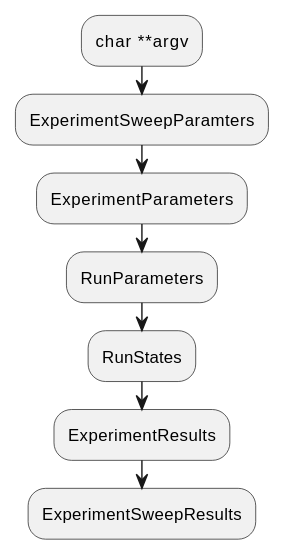
The PlantUML diagram thesis/assets/diagrams/cpp_dataflow.svg in hamrik/fatint-thesis, before a commit.
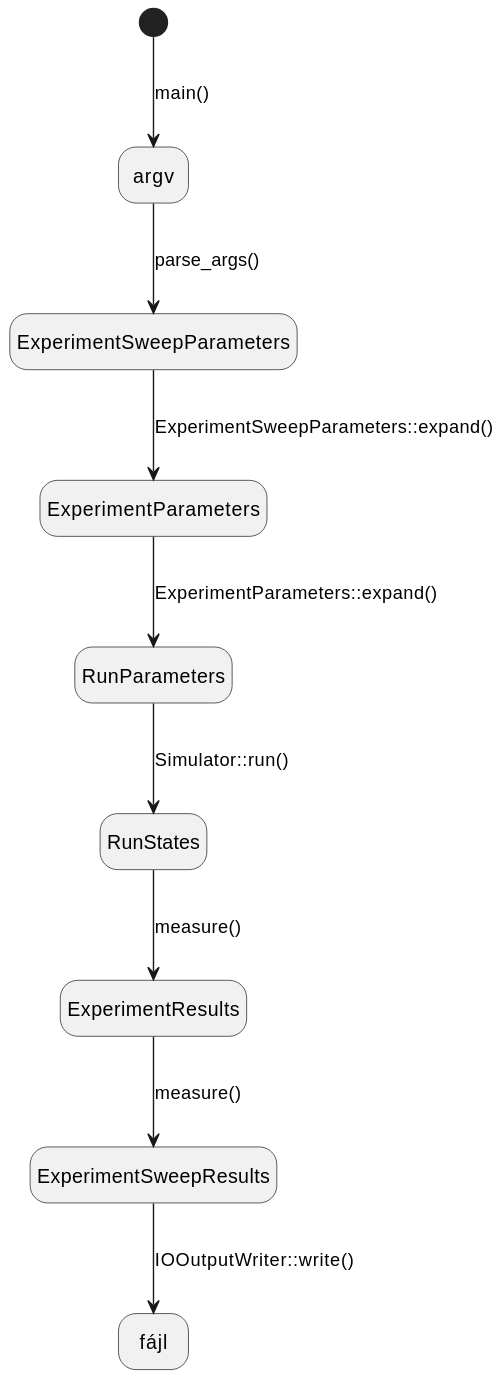
Later version of the same file.

What changed in the source:
```diff
@@ -1,9 +1,12 @@
 @startuml
-:char **argv;
-:ExperimentSweepParamters;
-:ExperimentParameters;
-:RunParameters;
-:RunStates;
-:ExperimentResults;
-:ExperimentSweepResults;
+hide empty description
+
+[*] --> argv : main()
+argv --> ExperimentSweepParameters : parse_args()
+ExperimentSweepParameters --> ExperimentParameters : ExperimentSweepParameters::expand()
+ExperimentParameters --> RunParameters : ExperimentParameters::expand()
+RunParameters --> RunStates : Simulator::run()
+RunStates --> ExperimentResults : measure()
+ExperimentResults --> ExperimentSweepResults : measure()
+ExperimentSweepResults --> fájl : IOOutputWriter::write()
 @enduml
```
